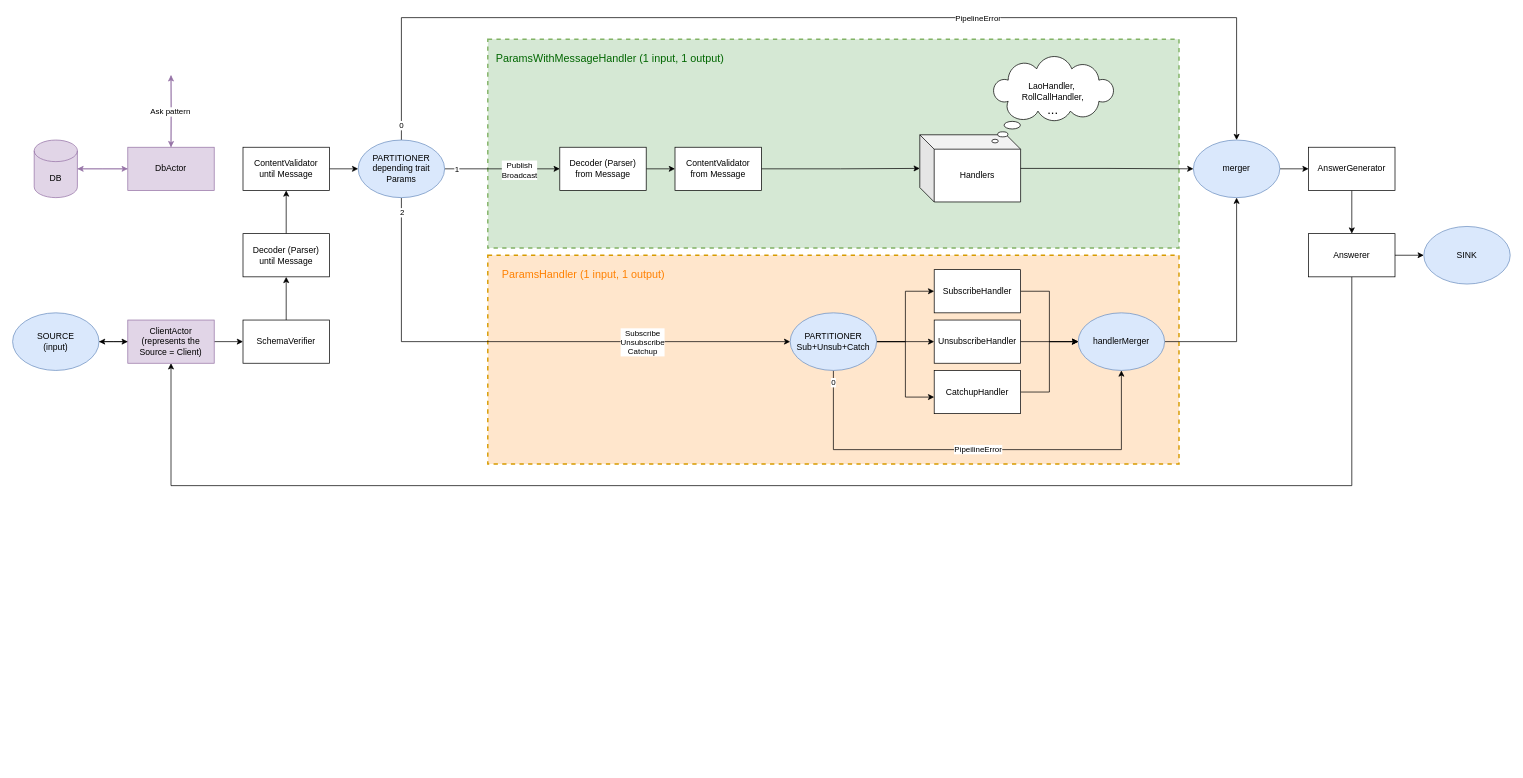
This is page "be2-graph" (1 of 5) of be2-scala/docs/images/be2-cleanup.drawio from dedis/popstellar, a draw.io file, before an edit. Source tidied: cells renumbered, new cells numbered last; positions are measured from the earlier drawing's top-left corner, leaving out a move shared by most shapes. Both pictures are drawn from the tidied source at 72%, with x=0, y=0 at pixel (12, 17).
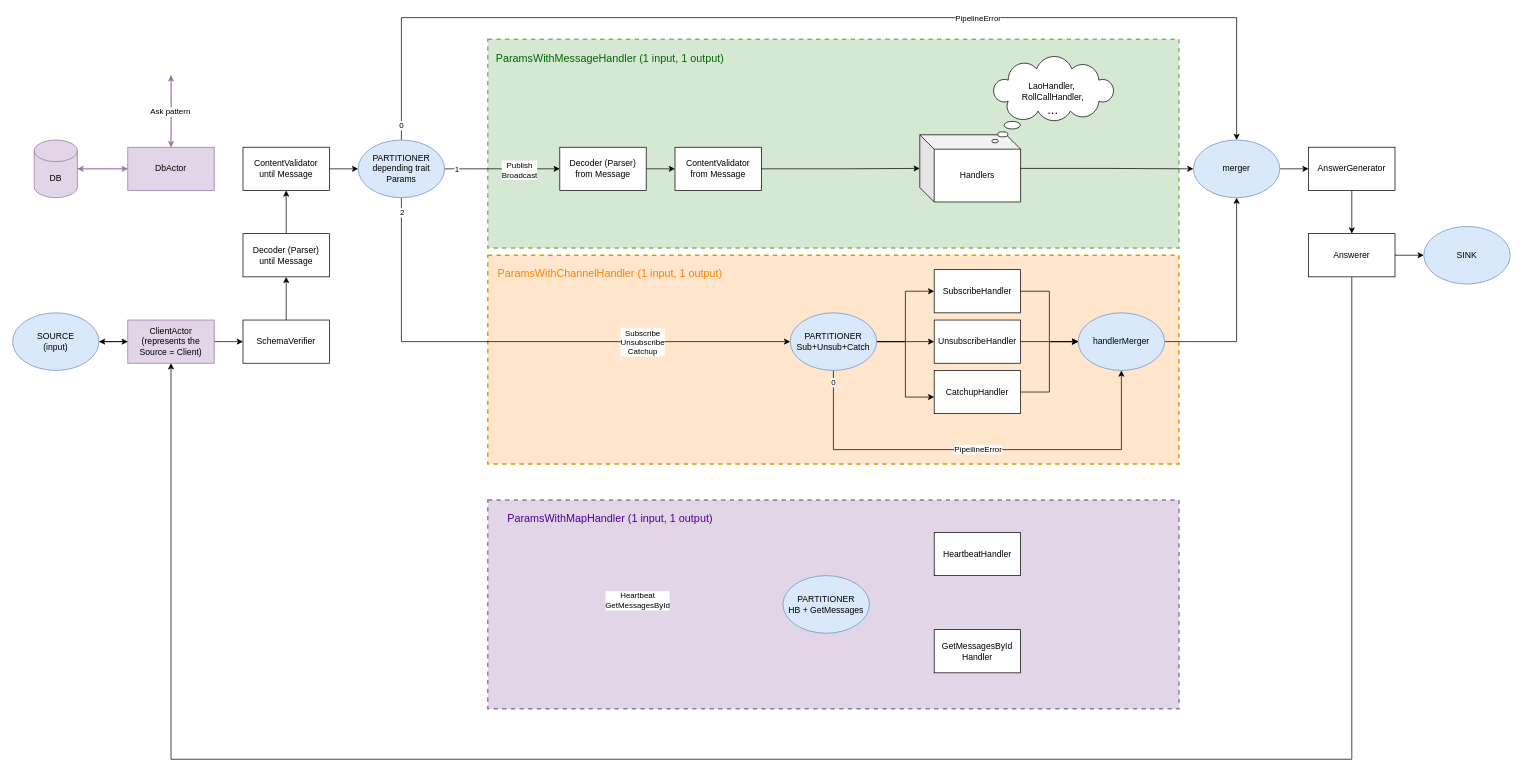
The same page after the edit.

The change refers to these unchanged cells:
```xml
<mxCell id="2" style="group;" parent="1" vertex="1">
  <mxGeometry x="680" y="330" width="960" height="340" as="geometry" />
</mxCell>
<mxCell id="33" value="Answerer" style="rounded=0;whiteSpace=wrap;html=1;" parent="1" vertex="1">
  <mxGeometry x="1800" y="300" width="120" height="60" as="geometry" />
</mxCell>
<mxCell id="51" value="ClientActor&lt;br&gt;(represents the Source = Client)" style="rounded=0;whiteSpace=wrap;html=1;fillColor=#e1d5e7;strokeColor=#9673a6;" parent="1" vertex="1">
  <mxGeometry x="160" y="420" width="120" height="60" as="geometry" />
</mxCell>
```

The edit, as a diff of the source:
```diff
@@
-    <mxCell id="4" value="&lt;font style=&quot;font-size: 15px&quot; color=&quot;#ff8000&quot;&gt;ParamsHandler (1 input, 1 output)&lt;/font&gt;" style="text;html=1;strokeColor=none;fillColor=none;align=center;verticalAlign=middle;whiteSpace=wrap;rounded=0;shadow=0;glass=0;dashed=1;sketch=0;" parent="2" vertex="1">
-      <mxGeometry x="-57" y="1" width="340" height="49" as="geometry" />
+    <mxCell id="4" value="&lt;font style=&quot;font-size: 15px&quot; color=&quot;#ff8000&quot;&gt;ParamsWithChannelHandler (1 input, 1 output)&lt;/font&gt;" style="text;html=1;strokeColor=none;fillColor=none;align=center;verticalAlign=middle;whiteSpace=wrap;rounded=0;shadow=0;glass=0;dashed=1;sketch=0;" parent="2" vertex="1">
+      <mxGeometry x="-20" width="340" height="49" as="geometry" />
     </mxCell>
@@
     <mxCell id="31" style="edgeStyle=orthogonalEdgeStyle;rounded=0;jettySize=auto;html=1;exitX=0.5;exitY=1;exitDx=0;exitDy=0;entryX=0.5;entryY=1;entryDx=0;entryDy=0;" parent="1" edge="1" source="33" target="51">
       <mxGeometry relative="1" as="geometry">
         <Array as="points">
-          <mxPoint x="1860" y="650" />
-          <mxPoint x="220" y="650" />
+          <mxPoint x="1860" y="1030" />
+          <mxPoint x="220" y="1030" />
         </Array>
       </mxGeometry>
     </mxCell>
@@
+    <mxCell id="68" style="rounded=0;whiteSpace=wrap;html=1;strokeColor=#9673a6;fillColor=#e1d5e7;glass=0;shadow=0;sketch=0;dashed=1;strokeWidth=2;" parent="1" vertex="1">
+      <mxGeometry x="660" y="670" width="960" height="290" as="geometry" />
+    </mxCell>
+    <mxCell id="69" value="PARTITIONER&lt;br&gt;HB + GetMessages" style="ellipse;whiteSpace=wrap;html=1;fillColor=#dae8fc;strokeColor=#6c8ebf;" parent="1" vertex="1">
+      <mxGeometry x="1070" y="775" width="120" height="80" as="geometry" />
+    </mxCell>
+    <mxCell id="70" value="Heartbeat&lt;br&gt;GetMessagesById" style="edgeLabel;html=1;align=center;verticalAlign=middle;" parent="1" vertex="1">
+      <mxGeometry x="880" y="830" as="geometry">
+        <mxPoint x="-13" y="-21" as="offset" />
+      </mxGeometry>
+    </mxCell>
+    <mxCell id="71" value="HeartbeatHandler" style="rounded=0;whiteSpace=wrap;html=1;" parent="1" vertex="1">
+      <mxGeometry x="1280" y="715" width="120" height="60" as="geometry" />
+    </mxCell>
+    <mxCell id="72" value="&lt;font color=&quot;#4c0099&quot;&gt;&lt;font style=&quot;font-size: 15px&quot;&gt;ParamsWithMapHandler&lt;/font&gt;&lt;font style=&quot;font-size: 15px&quot;&gt; (1 input, 1 output)&lt;/font&gt;&lt;/font&gt;" style="text;html=1;strokeColor=none;fillColor=none;align=center;verticalAlign=middle;whiteSpace=wrap;rounded=0;shadow=0;glass=0;dashed=1;sketch=0;" parent="1" vertex="1">
+      <mxGeometry x="660" y="670" width="340" height="49" as="geometry" />
+    </mxCell>
+    <mxCell id="73" value="GetMessagesById&lt;br&gt;Handler" style="rounded=0;whiteSpace=wrap;html=1;" parent="1" vertex="1">
+      <mxGeometry x="1280" y="850" width="120" height="60" as="geometry" />
+    </mxCell>
```
